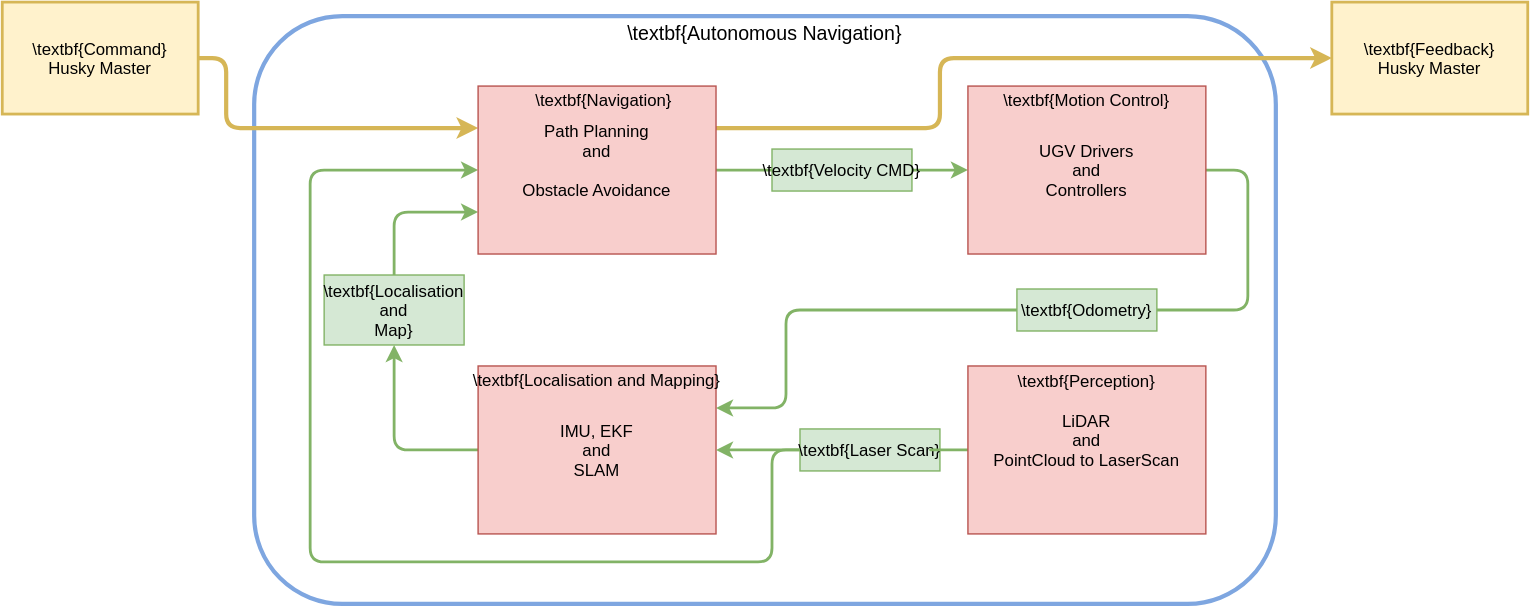
orjano-max/ORJANOS_MASTER_REPO keeps this draw.io diagram as Figures/figANMethod.drawio.svg. Above is the earlier version. Source tidied: cells renumbered, new cells last; positions are measured from the earlier drawing's top-left corner, leaving out a move shared by most shapes.
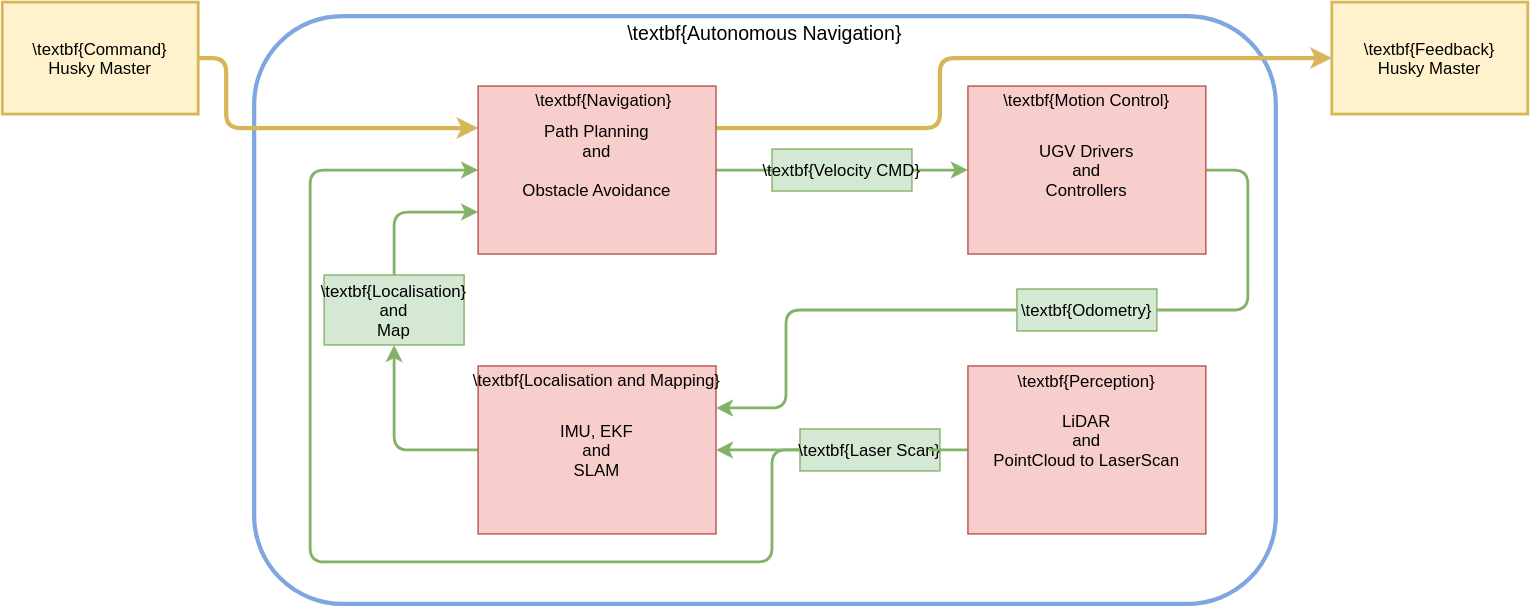
The same diagram one commit later.

What changed in the source:
```diff
@@ -8,7 +8,7 @@
     <mxCell id="3" value="\textbf{Odometry}" style="rounded=0;fillColor=#d5e8d4;strokeColor=#82b366;" parent="1" vertex="1">
       <mxGeometry x="725" y="205" width="100" height="30" as="geometry" />
     </mxCell>
-    <mxCell id="4" value="\textbf{Localisation&#10;and&#10;Map}" style="rounded=0;fillColor=#d5e8d4;strokeColor=#82b366;" parent="1" vertex="1">
+    <mxCell id="4" value="\textbf{Localisation}&#10;and&#10;Map" style="rounded=0;fillColor=#d5e8d4;strokeColor=#82b366;" parent="1" vertex="1">
       <mxGeometry x="230" y="195" width="100" height="50" as="geometry" />
     </mxCell>
     <mxCell id="5" style="edgeStyle=orthogonalEdgeStyle;jettySize=auto;fillColor=#d5e8d4;strokeColor=#82b366;strokeWidth=2;rounded=1;exitX=1;exitY=0.5;exitDx=0;exitDy=0;entryX=0;entryY=0.5;entryDx=0;entryDy=0;" parent="1" edge="1" source="22" target="19">
```
